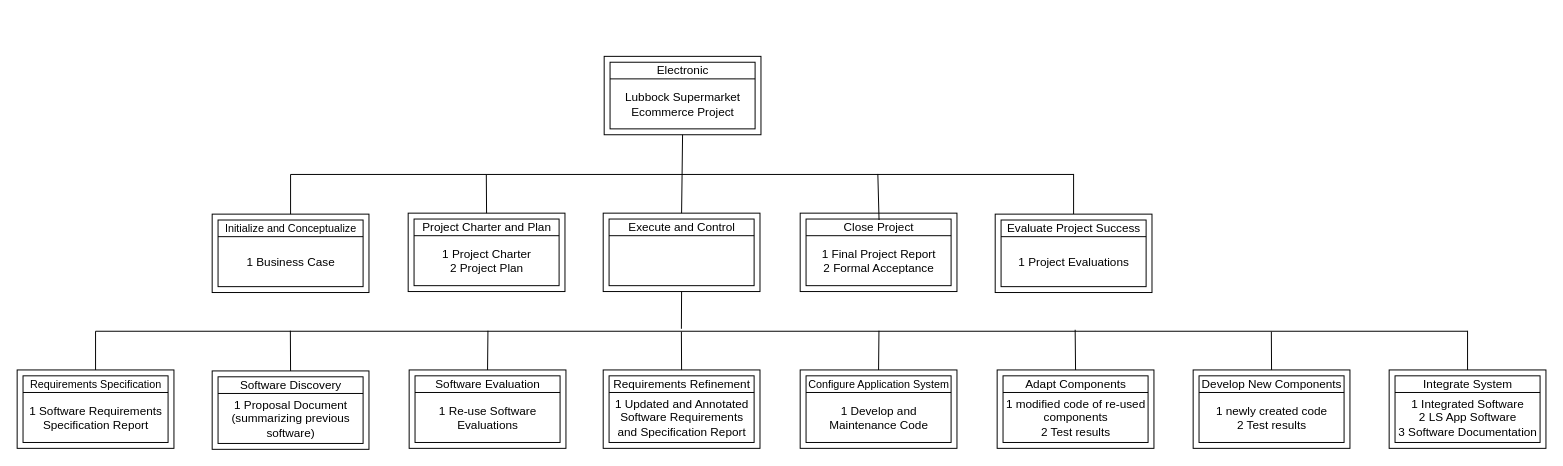
stephencdevaney/TTU_CS5363_Software_Project_Management keeps this draw.io diagram as page "DSC" (2 of 3) of Project_Diagrams.drawio. Above is the earlier version. Source tidied: cells renumbered, new cells numbered last; positions are measured from the earlier drawing's top-left corner, leaving out a move shared by most shapes. Both pictures are drawn from the tidied source at 98%, with x=0, y=0 at pixel (17, 56).
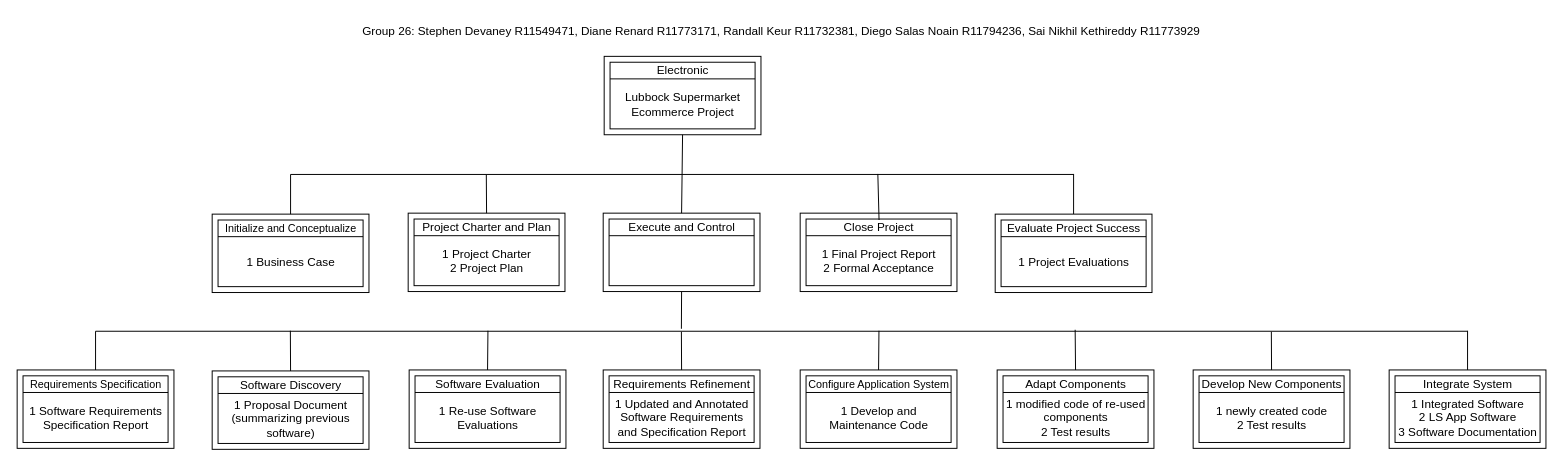
The same diagram, later.

Commit message (it also covers changes not shown here):
Add Group Number and Member Names

The edit, as a diff of the source:
```diff
@@
+    <mxCell id="102" value="Group 26: Stephen Devaney R11549471, Diane Renard R11773171, Randall Keur R11732381, Diego Salas Noain R11794236, Sai Nikhil Kethireddy R11773929" style="text;html=1;strokeColor=none;fillColor=none;align=center;verticalAlign=middle;whiteSpace=wrap;rounded=0;" parent="1" vertex="1">
+      <mxGeometry y="-40" width="1560" height="30" as="geometry" />
+    </mxCell>
```
